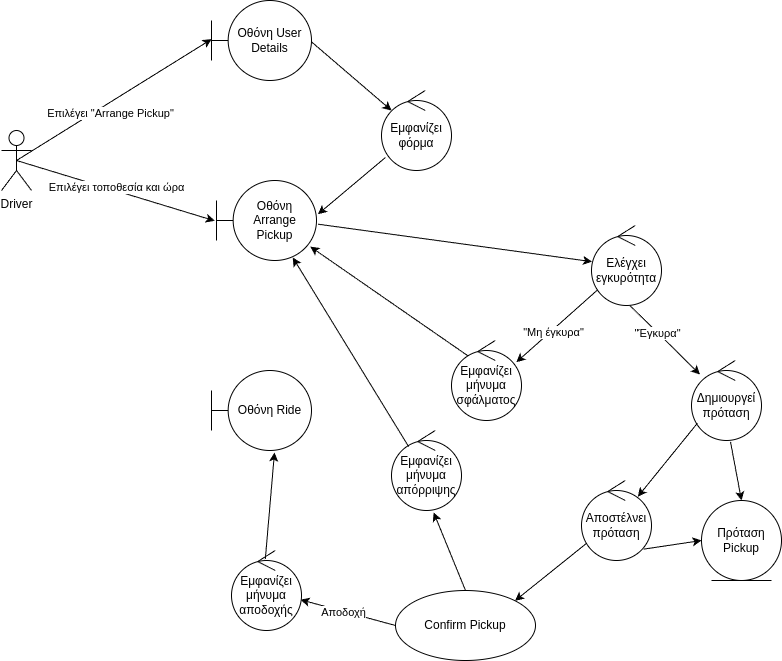
YannisRavasopoulos/ProjectSD_S6 keeps this draw.io diagram as reports/arrange-pickup-robustness.drawio.png. Above is the earlier version. Source tidied: cells renumbered, new cells last; positions are measured from the earlier drawing's top-left corner, leaving out a move shared by most shapes.
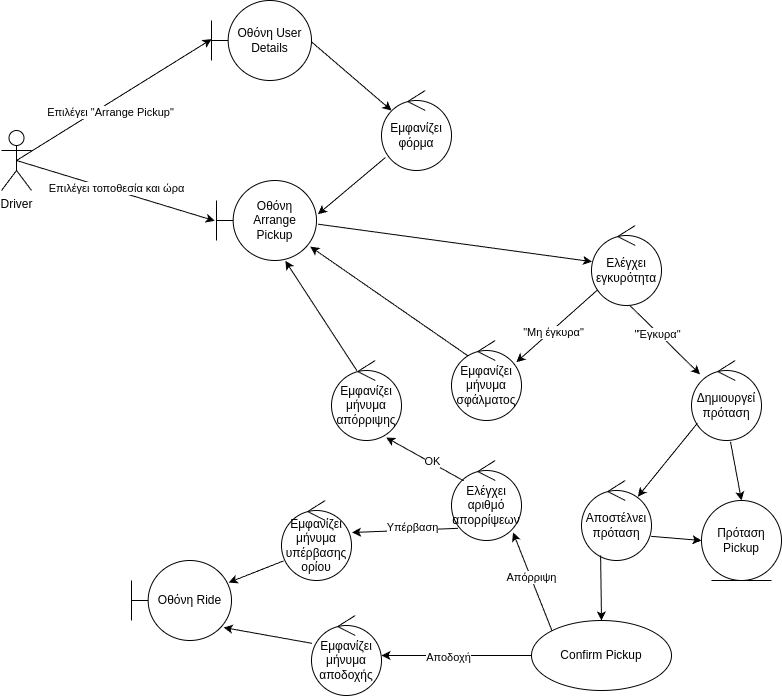
The same diagram one commit later.

Commit message:
Improve arrange pickup

What changed in the source:
```diff
@@ -74,12 +74,12 @@
       <mxGeometry relative="1" as="geometry" />
     </mxCell>
     <mxCell id="25" value="Confirm Pickup" style="ellipse;whiteSpace=wrap;html=1;" parent="1" vertex="1">
-      <mxGeometry x="394" y="590" width="140" height="70" as="geometry" />
+      <mxGeometry x="530" y="620" width="140" height="70" as="geometry" />
     </mxCell>
-    <mxCell id="26" style="endArrow=classic;html=1;exitX=0.074;exitY=0.784;exitDx=0;exitDy=0;exitPerimeter=0;entryX=1;entryY=0;entryDx=0;entryDy=0;" parent="1" edge="1" source="23" target="25">
+    <mxCell id="26" style="endArrow=classic;html=1;exitX=0.273;exitY=0.936;exitDx=0;exitDy=0;exitPerimeter=0;" parent="1" edge="1" source="23" target="25">
       <mxGeometry relative="1" as="geometry" />
     </mxCell>
-    <mxCell id="27" style="endArrow=classic;html=1;exitX=0.888;exitY=0.858;exitDx=0;exitDy=0;exitPerimeter=0;entryX=0;entryY=0.5;entryDx=0;entryDy=0;" parent="1" edge="1" source="23" target="21">
+    <mxCell id="27" style="endArrow=classic;html=1;exitX=0.995;exitY=0.698;exitDx=0;exitDy=0;exitPerimeter=0;entryX=0;entryY=0.5;entryDx=0;entryDy=0;" parent="1" edge="1" source="23" target="21">
       <mxGeometry relative="1" as="geometry" />
     </mxCell>
     <mxCell id="28" style="endArrow=classic;html=1;exitX=0;exitY=0.5;exitDx=0;exitDy=0;" parent="1" edge="1" source="25" target="30">
@@ -89,22 +89,48 @@
       <mxGeometry x="0.1" y="1" relative="1" as="geometry" />
     </mxCell>
     <mxCell id="30" value="Εμφανίζει μήνυμα αποδοχής" style="ellipse;shape=umlControl;whiteSpace=wrap;html=1;" parent="1" vertex="1">
-      <mxGeometry x="230" y="550" width="70" height="80" as="geometry" />
+      <mxGeometry x="310" y="615" width="70" height="80" as="geometry" />
     </mxCell>
-    <mxCell id="31" style="endArrow=classic;html=1;entryX=0.63;entryY=1.025;entryDx=0;entryDy=0;entryPerimeter=0;exitX=0.483;exitY=0.108;exitDx=0;exitDy=0;exitPerimeter=0;" parent="1" edge="1" source="30" target="32">
+    <mxCell id="31" style="endArrow=classic;html=1;entryX=0.922;entryY=0.838;entryDx=0;entryDy=0;entryPerimeter=0;exitX=0.007;exitY=0.348;exitDx=0;exitDy=0;exitPerimeter=0;" parent="1" edge="1" source="30" target="32">
       <mxGeometry relative="1" as="geometry" />
     </mxCell>
     <mxCell id="32" value="Οθόνη Ride" style="shape=umlBoundary;whiteSpace=wrap;html=1;" parent="1" vertex="1">
-      <mxGeometry x="210" y="370" width="100" height="80" as="geometry" />
+      <mxGeometry x="130" y="560" width="100" height="80" as="geometry" />
     </mxCell>
     <mxCell id="33" value="Εμφανίζει μήνυμα απόρριψης" style="ellipse;shape=umlControl;whiteSpace=wrap;html=1;" parent="1" vertex="1">
-      <mxGeometry x="390" y="430" width="70" height="80" as="geometry" />
+      <mxGeometry x="330" y="360" width="70" height="80" as="geometry" />
     </mxCell>
-    <mxCell id="34" style="endArrow=classic;html=1;entryX=0.763;entryY=0.963;entryDx=0;entryDy=0;entryPerimeter=0;exitX=0.245;exitY=0.202;exitDx=0;exitDy=0;exitPerimeter=0;" parent="1" edge="1" source="33" target="7">
+    <mxCell id="34" style="endArrow=classic;html=1;exitX=0.364;exitY=0.129;exitDx=0;exitDy=0;exitPerimeter=0;entryX=0.688;entryY=1.004;entryDx=0;entryDy=0;entryPerimeter=0;" parent="1" edge="1" source="33" target="7">
       <mxGeometry relative="1" as="geometry" />
     </mxCell>
-    <mxCell id="35" style="endArrow=classic;html=1;exitX=0.5;exitY=0;exitDx=0;exitDy=0;entryX=0.602;entryY=1.025;entryDx=0;entryDy=0;entryPerimeter=0;" parent="1" edge="1" source="25" target="33">
+    <mxCell id="35" style="endArrow=classic;html=1;exitX=0;exitY=0;exitDx=0;exitDy=0;entryX=0.879;entryY=0.9;entryDx=0;entryDy=0;entryPerimeter=0;" parent="1" edge="1" source="25" target="37">
       <mxGeometry relative="1" as="geometry" />
     </mxCell>
+    <mxCell id="36" value="Απόρριψη" style="edgeLabel;html=1;align=center;verticalAlign=middle;" parent="35" vertex="1">
+      <mxGeometry x="0.1" relative="1" as="geometry" />
+    </mxCell>
+    <mxCell id="37" value="Ελέγχει αριθμό απορρίψεων" style="ellipse;shape=umlControl;whiteSpace=wrap;html=1;" parent="1" vertex="1">
+      <mxGeometry x="450" y="460" width="70" height="80" as="geometry" />
+    </mxCell>
+    <mxCell id="38" style="endArrow=classic;html=1;exitX=0.174;exitY=0.254;exitDx=0;exitDy=0;exitPerimeter=0;entryX=0.781;entryY=0.963;entryDx=0;entryDy=0;entryPerimeter=0;" parent="1" edge="1" source="37" target="33">
+      <mxGeometry relative="1" as="geometry" />
+    </mxCell>
+    <mxCell id="39" value="ΟΚ" style="edgeLabel;html=1;align=center;verticalAlign=middle;" parent="38" vertex="1">
+      <mxGeometry x="-0.17" y="-2" relative="1" as="geometry">
+        <mxPoint x="-1" as="offset" />
+      </mxGeometry>
+    </mxCell>
+    <mxCell id="40" value="Εμφανίζει μήνυμα υπέρβασης ορίου" style="ellipse;shape=umlControl;whiteSpace=wrap;html=1;" parent="1" vertex="1">
+      <mxGeometry x="280" y="500" width="70" height="80" as="geometry" />
+    </mxCell>
+    <mxCell id="41" style="endArrow=classic;html=1;exitX=0.093;exitY=0.848;exitDx=0;exitDy=0;exitPerimeter=0;entryX=1.007;entryY=0.4;entryDx=0;entryDy=0;entryPerimeter=0;" parent="1" edge="1" source="37" target="40">
+      <mxGeometry relative="1" as="geometry" />
+    </mxCell>
+    <mxCell id="42" value="Υπέρβαση" style="edgeLabel;html=1;align=center;verticalAlign=middle;" parent="41" vertex="1">
+      <mxGeometry x="-0.12" y="-3" relative="1" as="geometry" />
+    </mxCell>
+    <mxCell id="43" style="endArrow=classic;html=1;exitX=0.029;exitY=0.755;exitDx=0;exitDy=0;exitPerimeter=0;entryX=0.972;entryY=0.275;entryDx=0;entryDy=0;entryPerimeter=0;" parent="1" edge="1" source="40" target="32">
+      <mxGeometry relative="1" as="geometry" />
+    </mxCell>
   </root>
 </mxGraphModel>
```
